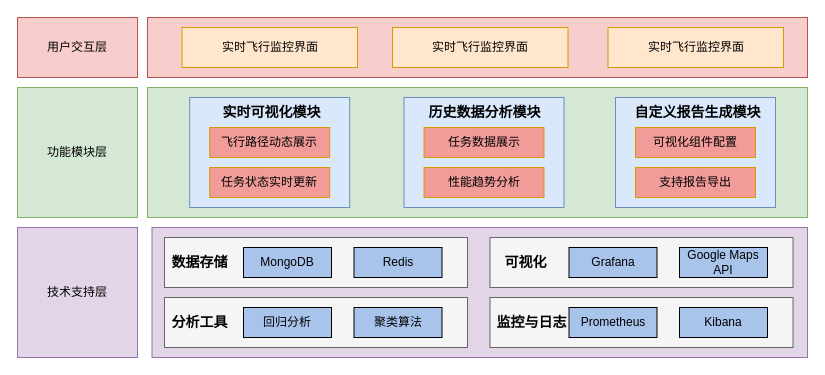
Above: 数据可视化模块技术框架图.drawio in jiaojb/py-crawler (draw.io), before the change. Source tidied: cells renumbered, new cells numbered last; positions are measured from the earlier drawing's top-left corner, leaving out a move shared by most shapes. Both pictures are drawn from the tidied source at 100%, with x=0, y=0 at pixel (17, 17).
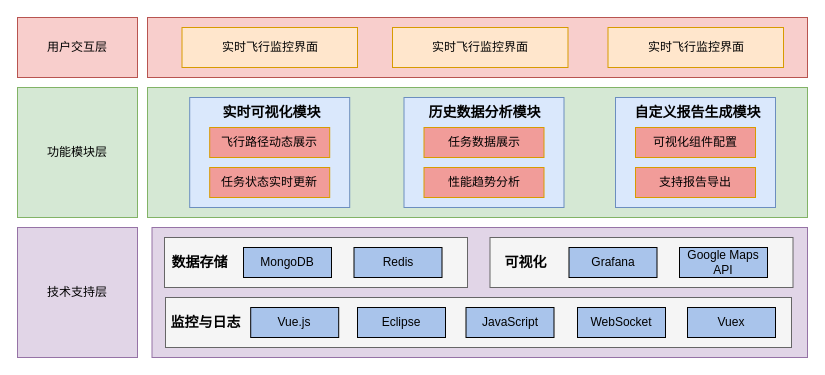
The same diagram, later.

Commit message (it also covers changes not shown here):
更新数据可视化模块技术框架图.drawio

Diff of the diagram source:
```diff
@@
-    <mxCell id="25" style="rounded=0;whiteSpace=wrap;html=1;fillColor=#f5f5f5;fontColor=#333333;strokeColor=#666666;" parent="1" vertex="1">
-      <mxGeometry x="147" y="280" width="303" height="50" as="geometry" />
-    </mxCell>
-    <mxCell id="26" value="&lt;b&gt;&lt;font style=&quot;font-size: 14px;&quot;&gt;分析工具&lt;/font&gt;&lt;/b&gt;" style="text;html=1;align=center;verticalAlign=middle;strokeColor=none;fillColor=none;" parent="1" vertex="1">
-      <mxGeometry x="142" y="290" width="80" height="30" as="geometry" />
-    </mxCell>
-    <mxCell id="27" value="回归分析" style="rounded=0;whiteSpace=wrap;html=1;fillColor=#A9C4EB;" parent="1" vertex="1">
-      <mxGeometry x="226" y="290" width="88" height="30" as="geometry" />
-    </mxCell>
-    <mxCell id="28" value="聚类算法" style="rounded=0;whiteSpace=wrap;html=1;fillColor=#A9C4EB;" parent="1" vertex="1">
-      <mxGeometry x="336.5" y="290" width="88" height="30" as="geometry" />
-    </mxCell>
@@
     <mxCell id="33" style="rounded=0;whiteSpace=wrap;html=1;fillColor=#f5f5f5;fontColor=#333333;strokeColor=#666666;" parent="1" vertex="1">
-      <mxGeometry x="472.5" y="280" width="303" height="50" as="geometry" />
+      <mxGeometry x="148" y="280" width="626" height="50" as="geometry" />
     </mxCell>
     <mxCell id="34" value="&lt;b&gt;&lt;font style=&quot;font-size: 14px;&quot;&gt;监控与日志&lt;/font&gt;&lt;/b&gt;" style="text;html=1;align=center;verticalAlign=middle;strokeColor=none;fillColor=none;" parent="1" vertex="1">
-      <mxGeometry x="468.8" y="290" width="90" height="30" as="geometry" />
+      <mxGeometry x="143.2" y="290" width="90" height="30" as="geometry" />
     </mxCell>
-    <mxCell id="35" value="Prometheus" style="rounded=0;whiteSpace=wrap;html=1;fillColor=#A9C4EB;" parent="1" vertex="1">
-      <mxGeometry x="551.5" y="290" width="88" height="30" as="geometry" />
+    <mxCell id="35" value="Vue.js" style="rounded=0;whiteSpace=wrap;html=1;fillColor=#A9C4EB;" parent="1" vertex="1">
+      <mxGeometry x="233.2" y="290" width="88" height="30" as="geometry" />
     </mxCell>
-    <mxCell id="36" value="Kibana" style="rounded=0;whiteSpace=wrap;html=1;fillColor=#A9C4EB;" parent="1" vertex="1">
-      <mxGeometry x="662" y="290" width="88" height="30" as="geometry" />
+    <mxCell id="36" value="JavaScript" style="rounded=0;whiteSpace=wrap;html=1;fillColor=#A9C4EB;" parent="1" vertex="1">
+      <mxGeometry x="448.5" y="290" width="88" height="30" as="geometry" />
     </mxCell>
@@
+    <mxCell id="39" value="WebSocket" style="rounded=0;whiteSpace=wrap;html=1;fillColor=#A9C4EB;" parent="1" vertex="1">
+      <mxGeometry x="560" y="290" width="88" height="30" as="geometry" />
+    </mxCell>
+    <mxCell id="40" value="Vuex" style="rounded=0;whiteSpace=wrap;html=1;fillColor=#A9C4EB;" parent="1" vertex="1">
+      <mxGeometry x="670" y="290" width="88" height="30" as="geometry" />
+    </mxCell>
+    <mxCell id="41" value="Eclipse" style="rounded=0;whiteSpace=wrap;html=1;fillColor=#A9C4EB;" parent="1" vertex="1">
+      <mxGeometry x="340" y="290" width="88" height="30" as="geometry" />
+    </mxCell>
```
